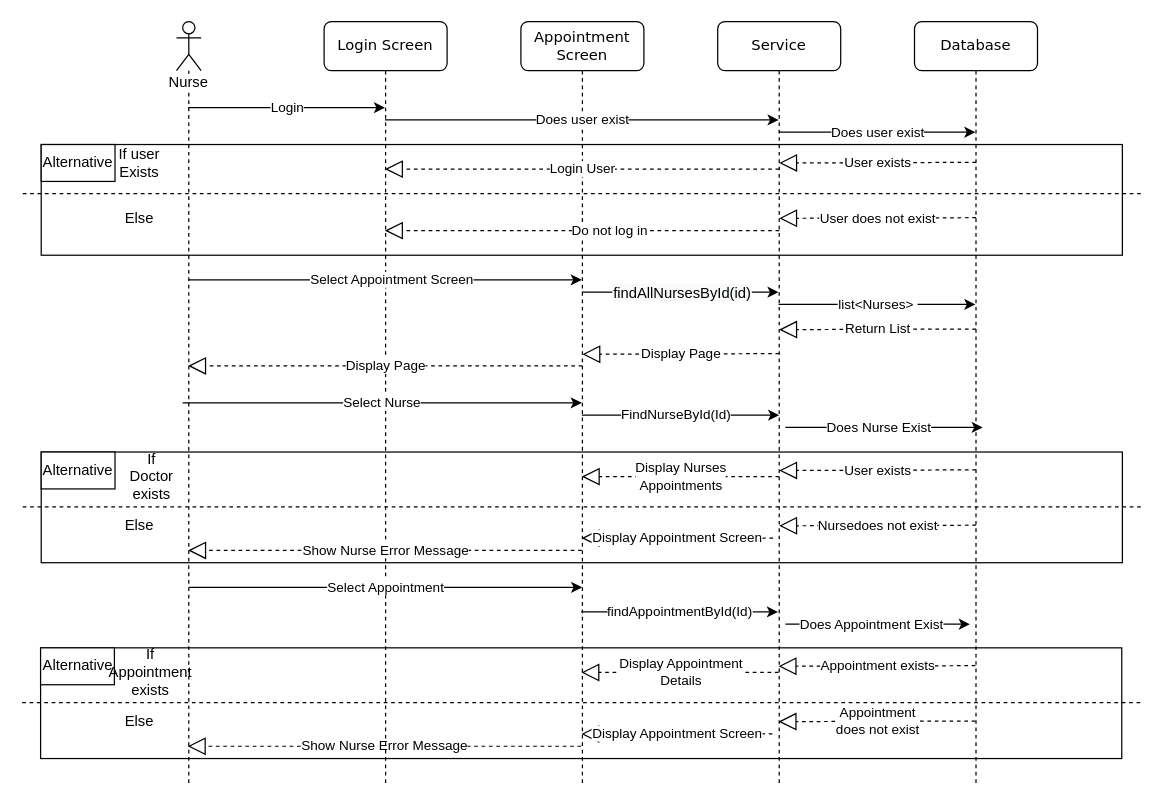
mattdear/circle-lab-project keeps this draw.io diagram as page "View Appointments" (4 of 5) of Sequence/Nurse Sequence Diagram.drawio. Above is the earlier version. Source tidied: cells renumbered, new cells numbered last; positions are measured from the earlier drawing's top-left corner, leaving out a move shared by most shapes. Both pictures are drawn from the tidied source at 123%, with x=0, y=0 at pixel (22, 21).
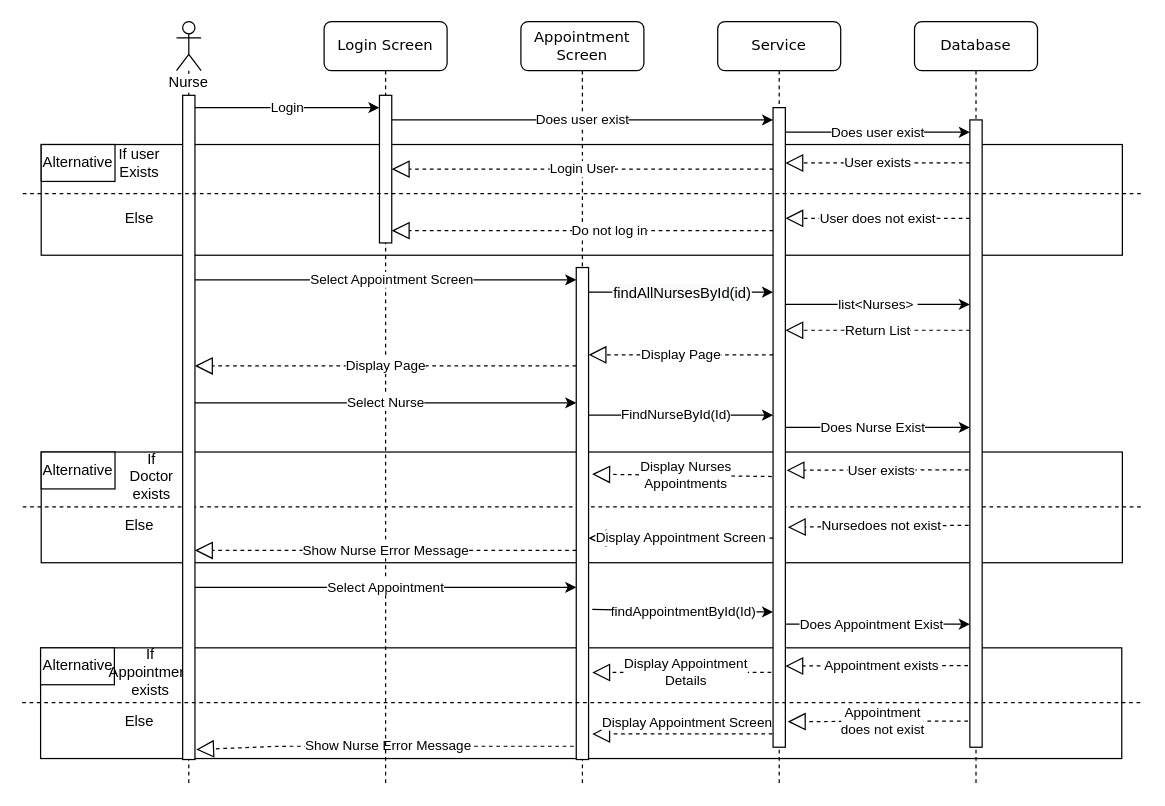
The same diagram, later.

Commit message (it also covers changes not shown here):
Added activation blocks to Nurse Sequence Diagram

The change refers to these unchanged cells:
```xml
<mxCell id="20" value="Appointment Screen" style="shape=umlLifeline;perimeter=lifelinePerimeter;whiteSpace=wrap;html=1;outlineConnect=0;rounded=1;shadow=0;comic=0;labelBackgroundColor=none;strokeWidth=1;fontFamily=Verdana;fontSize=12;align=center;" parent="1" vertex="1">
  <mxGeometry x="405" width="100" height="620" as="geometry" />
</mxCell>
<mxCell id="21" value="Nurse" style="shape=umlLifeline;participant=umlActor;perimeter=lifelinePerimeter;whiteSpace=wrap;html=1;verticalAlign=top;spacingTop=36;labelBackgroundColor=#ffffff;outlineConnect=0;" parent="1" vertex="1">
  <mxGeometry x="125" width="20" height="620" as="geometry" />
</mxCell>
<mxCell id="22" value="Login Screen" style="shape=umlLifeline;perimeter=lifelinePerimeter;whiteSpace=wrap;html=1;outlineConnect=0;rounded=1;shadow=0;comic=0;labelBackgroundColor=none;strokeWidth=1;fontFamily=Verdana;fontSize=12;align=center;" parent="1" vertex="1">
  <mxGeometry x="245" width="100" height="620" as="geometry" />
</mxCell>
<mxCell id="23" value="Service" style="shape=umlLifeline;perimeter=lifelinePerimeter;whiteSpace=wrap;html=1;outlineConnect=0;rounded=1;shadow=0;comic=0;labelBackgroundColor=none;strokeWidth=1;fontFamily=Verdana;fontSize=12;align=center;" parent="1" vertex="1">
  <mxGeometry x="565" width="100" height="620" as="geometry" />
</mxCell>
<mxCell id="24" value="Database" style="shape=umlLifeline;perimeter=lifelinePerimeter;whiteSpace=wrap;html=1;outlineConnect=0;rounded=1;shadow=0;comic=0;labelBackgroundColor=none;strokeWidth=1;fontFamily=Verdana;fontSize=12;align=center;" parent="1" vertex="1">
  <mxGeometry x="725" width="100" height="620" as="geometry" />
</mxCell>
```

What changed in the source:
```diff
@@
-    <mxCell id="3" value="Appointment exists" style="endArrow=block;dashed=1;endFill=0;endSize=12;html=1;" parent="1" edge="1">
+    <mxCell id="3" value="Appointment exists" style="endArrow=block;dashed=1;endFill=0;endSize=12;html=1;entryX=1;entryY=0.873;entryDx=0;entryDy=0;entryPerimeter=0;" parent="1" edge="1" target="55">
       <mxGeometry relative="1" as="geometry">
         <mxPoint x="774.5" y="523.7" as="sourcePoint" />
-        <mxPoint x="614.5" y="524.2" as="targetPoint" />
       </mxGeometry>
     </mxCell>
@@
-    <mxCell id="6" value="Display Appointment &lt;br&gt;Details" style="endArrow=block;dashed=1;endFill=0;endSize=12;html=1;" parent="1" edge="1">
+    <mxCell id="6" value="Display Appointment &lt;br&gt;Details" style="endArrow=block;dashed=1;endFill=0;endSize=12;html=1;entryX=1.3;entryY=0.823;entryDx=0;entryDy=0;entryPerimeter=0;" parent="1" edge="1" target="52">
       <mxGeometry relative="1" as="geometry">
         <mxPoint x="614.5" y="529.2" as="sourcePoint" />
-        <mxPoint x="454.2" y="529.2" as="targetPoint" />
       </mxGeometry>
     </mxCell>
@@
-    <mxCell id="8" value="Appointment &lt;br&gt;does not exist" style="endArrow=block;dashed=1;endFill=0;endSize=12;html=1;" parent="1" edge="1">
+    <mxCell id="8" value="Appointment &lt;br&gt;does not exist" style="endArrow=block;dashed=1;endFill=0;endSize=12;html=1;entryX=1.2;entryY=0.96;entryDx=0;entryDy=0;entryPerimeter=0;" parent="1" edge="1" target="55">
       <mxGeometry relative="1" as="geometry">
         <mxPoint x="774.5" y="568.7" as="sourcePoint" />
-        <mxPoint x="614.5" y="569.2" as="targetPoint" />
       </mxGeometry>
     </mxCell>
-    <mxCell id="9" value="Display Appointment Screen" style="endArrow=block;dashed=1;endFill=0;endSize=12;html=1;" parent="1" edge="1">
-      <mxGeometry relative="1" as="geometry">
+    <mxCell id="9" value="Display Appointment Screen" style="endArrow=block;dashed=1;endFill=0;endSize=12;html=1;entryX=1.3;entryY=0.948;entryDx=0;entryDy=0;entryPerimeter=0;" parent="1" edge="1" target="52">
+      <mxGeometry x="-0.05" y="-9" relative="1" as="geometry">
         <mxPoint x="609.5" y="579.2" as="sourcePoint" />
-        <mxPoint x="454.2" y="579.2" as="targetPoint" />
       </mxGeometry>
     </mxCell>
-    <mxCell id="10" value="Show Nurse Error Message" style="endArrow=block;dashed=1;endFill=0;endSize=12;html=1;" parent="1" edge="1">
+    <mxCell id="10" value="Show Nurse Error Message" style="endArrow=block;dashed=1;endFill=0;endSize=12;html=1;entryX=1.1;entryY=0.985;entryDx=0;entryDy=0;entryPerimeter=0;" parent="1" edge="1" target="53">
       <mxGeometry relative="1" as="geometry">
         <mxPoint x="454" y="589.2" as="sourcePoint" />
-        <mxPoint x="134.2" y="589.2" as="targetPoint" />
         <Array as="points">
           <mxPoint x="209.5" y="589.2" />
         </Array>
       </mxGeometry>
     </mxCell>
@@
-    <mxCell id="12" value="User exists" style="endArrow=block;dashed=1;endFill=0;endSize=12;html=1;" parent="1" edge="1">
+    <mxCell id="12" value="User exists" style="endArrow=block;dashed=1;endFill=0;endSize=12;html=1;entryX=1.1;entryY=0.567;entryDx=0;entryDy=0;entryPerimeter=0;" parent="1" edge="1" target="55">
       <mxGeometry relative="1" as="geometry">
         <mxPoint x="775" y="364.5" as="sourcePoint" />
-        <mxPoint x="615" y="365" as="targetPoint" />
       </mxGeometry>
     </mxCell>
@@
-    <mxCell id="15" value="Display Nurses&lt;br&gt;Appointments" style="endArrow=block;dashed=1;endFill=0;endSize=12;html=1;" parent="1" edge="1" target="20">
+    <mxCell id="15" value="Display Nurses&lt;br&gt;Appointments" style="endArrow=block;dashed=1;endFill=0;endSize=12;html=1;entryX=1.3;entryY=0.42;entryDx=0;entryDy=0;entryPerimeter=0;" parent="1" edge="1" target="52">
       <mxGeometry relative="1" as="geometry">
         <mxPoint x="615" y="370" as="sourcePoint" />
       </mxGeometry>
     </mxCell>
@@
-    <mxCell id="18" value="Nursedoes not exist" style="endArrow=block;dashed=1;endFill=0;endSize=12;html=1;" parent="1" edge="1">
+    <mxCell id="18" value="Nursedoes not exist" style="endArrow=block;dashed=1;endFill=0;endSize=12;html=1;entryX=1.2;entryY=0.656;entryDx=0;entryDy=0;entryPerimeter=0;" parent="1" edge="1" target="55">
       <mxGeometry relative="1" as="geometry">
         <mxPoint x="775" y="409.5" as="sourcePoint" />
-        <mxPoint x="615" y="410" as="targetPoint" />
       </mxGeometry>
     </mxCell>
@@
+    <mxCell id="52" style="html=1;points=[];perimeter=orthogonalPerimeter;fillColor=#ffffff;" parent="20" vertex="1">
+      <mxGeometry x="45" y="200" width="10" height="400" as="geometry" />
+    </mxCell>
@@
+    <mxCell id="53" style="html=1;points=[];perimeter=orthogonalPerimeter;fillColor=#ffffff;" parent="21" vertex="1">
+      <mxGeometry x="5" y="60" width="10" height="540" as="geometry" />
+    </mxCell>
@@
+    <mxCell id="54" style="html=1;perimeter=orthogonalPerimeter;fillColor=#ffffff;" parent="22" vertex="1">
+      <mxGeometry x="45" y="60" width="10" height="120" as="geometry" />
+    </mxCell>
@@
+    <mxCell id="55" style="html=1;points=[];perimeter=orthogonalPerimeter;fillColor=#ffffff;" parent="23" vertex="1">
+      <mxGeometry x="45" y="70" width="10" height="520" as="geometry" />
+    </mxCell>
@@
+    <mxCell id="56" style="html=1;perimeter=orthogonalPerimeter;fillColor=#ffffff;" parent="24" vertex="1">
+      <mxGeometry x="45" y="80" width="10" height="510" as="geometry" />
+    </mxCell>
-    <mxCell id="25" value="Login" style="endArrow=classic;html=1;" parent="1" edge="1" source="21" target="22">
+    <mxCell id="25" value="Login" style="endArrow=classic;html=1;" parent="1" edge="1">
       <mxGeometry relative="1" as="geometry">
+        <mxPoint x="140" y="70" as="sourcePoint" />
+        <mxPoint x="290" y="70" as="targetPoint" />
         <Array as="points">
           <mxPoint x="195" y="70" />
         </Array>
       </mxGeometry>
     </mxCell>
-    <mxCell id="26" value="Does user exist" style="endArrow=classic;html=1;" parent="1" edge="1" source="22" target="23">
+    <mxCell id="26" value="Does user exist" style="endArrow=classic;html=1;" parent="1" edge="1">
       <mxGeometry relative="1" as="geometry">
+        <mxPoint x="300" y="80" as="sourcePoint" />
+        <mxPoint x="610" y="80" as="targetPoint" />
         <Array as="points">
           <mxPoint x="365" y="80" />
           <mxPoint x="385" y="80" />
         </Array>
       </mxGeometry>
     </mxCell>
-    <mxCell id="27" value="Does user exist" style="endArrow=classic;html=1;" parent="1" edge="1" source="23" target="24">
+    <mxCell id="27" value="Does user exist" style="endArrow=classic;html=1;" parent="1" edge="1">
       <mxGeometry relative="1" as="geometry">
+        <mxPoint x="620" y="90" as="sourcePoint" />
+        <mxPoint x="770" y="90" as="targetPoint" />
         <Array as="points">
           <mxPoint x="715" y="90" />
           <mxPoint x="755" y="90" />
         </Array>
       </mxGeometry>
     </mxCell>
     <mxCell id="28" value="User exists" style="endArrow=block;dashed=1;endFill=0;endSize=12;html=1;" parent="1" edge="1">
       <mxGeometry relative="1" as="geometry">
-        <mxPoint x="775" y="114.5" as="sourcePoint" />
-        <mxPoint x="615" y="115" as="targetPoint" />
+        <mxPoint x="770" y="115" as="sourcePoint" />
+        <mxPoint x="620" y="115" as="targetPoint" />
       </mxGeometry>
     </mxCell>
@@
-    <mxCell id="31" value="Login User" style="endArrow=block;dashed=1;endFill=0;endSize=12;html=1;" parent="1" edge="1" target="22">
+    <mxCell id="31" value="Login User" style="endArrow=block;dashed=1;endFill=0;endSize=12;html=1;" parent="1" edge="1">
       <mxGeometry relative="1" as="geometry">
-        <mxPoint x="615" y="120" as="sourcePoint" />
+        <mxPoint x="610" y="120" as="sourcePoint" />
+        <mxPoint x="300" y="120" as="targetPoint" />
       </mxGeometry>
     </mxCell>
@@
     <mxCell id="34" value="User does not exist" style="endArrow=block;dashed=1;endFill=0;endSize=12;html=1;" parent="1" edge="1">
       <mxGeometry relative="1" as="geometry">
-        <mxPoint x="775" y="159.5" as="sourcePoint" />
-        <mxPoint x="615" y="160" as="targetPoint" />
+        <mxPoint x="770" y="160" as="sourcePoint" />
+        <mxPoint x="620" y="160" as="targetPoint" />
       </mxGeometry>
     </mxCell>
-    <mxCell id="35" value="Do not log in" style="endArrow=block;dashed=1;endFill=0;endSize=12;html=1;" parent="1" edge="1" target="22">
+    <mxCell id="35" value="Do not log in" style="endArrow=block;dashed=1;endFill=0;endSize=12;html=1;" parent="1" edge="1">
       <mxGeometry x="-0.14" relative="1" as="geometry">
-        <mxPoint x="615" y="170" as="sourcePoint" />
+        <mxPoint x="610" y="170" as="sourcePoint" />
+        <mxPoint x="300" y="170" as="targetPoint" />
       </mxGeometry>
     </mxCell>
-    <mxCell id="36" value="Select Appointment Screen" style="endArrow=classic;html=1;" parent="1" edge="1" target="20">
+    <mxCell id="36" value="Select Appointment Screen" style="endArrow=classic;html=1;" parent="1" edge="1">
       <mxGeometry x="0.03" relative="1" as="geometry">
-        <mxPoint x="135" y="210" as="sourcePoint" />
+        <mxPoint x="140" y="210" as="sourcePoint" />
+        <mxPoint x="450" y="210" as="targetPoint" />
         <Array as="points">
           <mxPoint x="195.3" y="210" />
         </Array>
       </mxGeometry>
     </mxCell>
-    <mxCell id="37" style="endArrow=classic;html=1;" parent="1" edge="1" source="20" target="23">
+    <mxCell id="37" style="endArrow=classic;html=1;" parent="1" edge="1">
       <mxGeometry relative="1" as="geometry">
+        <mxPoint x="460" y="220" as="sourcePoint" />
+        <mxPoint x="610" y="220" as="targetPoint" />
         <Array as="points">
           <mxPoint x="490" y="220" />
         </Array>
       </mxGeometry>
     </mxCell>
@@
-    <mxCell id="39" value="list&amp;lt;Nurses&amp;gt;&amp;nbsp;" style="endArrow=classic;html=1;" parent="1" edge="1" source="23" target="24">
+    <mxCell id="39" value="list&amp;lt;Nurses&amp;gt;&amp;nbsp;" style="endArrow=classic;html=1;" parent="1" edge="1">
       <mxGeometry relative="1" as="geometry">
+        <mxPoint x="620" y="230" as="sourcePoint" />
+        <mxPoint x="770" y="230" as="targetPoint" />
         <Array as="points">
           <mxPoint x="745" y="230" />
         </Array>
       </mxGeometry>
     </mxCell>
     <mxCell id="40" value="Return List" style="endArrow=block;dashed=1;endFill=0;endSize=12;html=1;" parent="1" edge="1">
       <mxGeometry relative="1" as="geometry">
-        <mxPoint x="775" y="250" as="sourcePoint" />
-        <mxPoint x="615" y="250.5" as="targetPoint" />
+        <mxPoint x="770" y="251" as="sourcePoint" />
+        <mxPoint x="620" y="251" as="targetPoint" />
       </mxGeometry>
     </mxCell>
     <mxCell id="41" value="Display Page" style="endArrow=block;dashed=1;endFill=0;endSize=12;html=1;" parent="1" edge="1">
       <mxGeometry relative="1" as="geometry">
-        <mxPoint x="615" y="270" as="sourcePoint" />
-        <mxPoint x="455" y="270.5" as="targetPoint" />
+        <mxPoint x="610" y="271" as="sourcePoint" />
+        <mxPoint x="460" y="271" as="targetPoint" />
       </mxGeometry>
     </mxCell>
-    <mxCell id="42" value="Display Page" style="endArrow=block;dashed=1;endFill=0;endSize=12;html=1;" parent="1" edge="1" target="21">
+    <mxCell id="42" value="Display Page" style="endArrow=block;dashed=1;endFill=0;endSize=12;html=1;" parent="1" edge="1">
       <mxGeometry relative="1" as="geometry">
-        <mxPoint x="455" y="280" as="sourcePoint" />
+        <mxPoint x="450" y="280" as="sourcePoint" />
+        <mxPoint x="140" y="280" as="targetPoint" />
       </mxGeometry>
     </mxCell>
     <mxCell id="43" value="Select Appointment" style="endArrow=classic;html=1;" parent="1" edge="1">
       <mxGeometry relative="1" as="geometry">
-        <mxPoint x="135.2" y="460" as="sourcePoint" />
-        <mxPoint x="454.8" y="460" as="targetPoint" />
+        <mxPoint x="140" y="460" as="sourcePoint" />
+        <mxPoint x="450" y="460" as="targetPoint" />
         <Array as="points">
           <mxPoint x="195.6" y="460" />
         </Array>
       </mxGeometry>
     </mxCell>
-    <mxCell id="44" value="findAppointmentById(Id)" style="endArrow=classic;html=1;" parent="1" edge="1">
+    <mxCell id="44" value="findAppointmentById(Id)" style="endArrow=classic;html=1;exitX=1.3;exitY=0.695;exitDx=0;exitDy=0;exitPerimeter=0;" parent="1" edge="1" source="52">
       <mxGeometry relative="1" as="geometry">
-        <mxPoint x="454" y="480" as="sourcePoint" />
-        <mxPoint x="614" y="480" as="targetPoint" />
+        <mxPoint x="610" y="480" as="targetPoint" />
         <Array as="points">
           <mxPoint x="554.5" y="480" />
         </Array>
       </mxGeometry>
     </mxCell>
-    <mxCell id="45" value="Select Nurse" style="endArrow=classic;html=1;" parent="1" edge="1" target="20">
+    <mxCell id="45" value="Select Nurse" style="endArrow=classic;html=1;" parent="1" edge="1">
       <mxGeometry relative="1" as="geometry">
-        <mxPoint x="130" y="310" as="sourcePoint" />
+        <mxPoint x="140" y="310" as="sourcePoint" />
+        <mxPoint x="450" y="310" as="targetPoint" />
         <Array as="points">
           <mxPoint x="190.3" y="310" />
         </Array>
       </mxGeometry>
     </mxCell>
-    <mxCell id="46" value="FindNurseById(Id)" style="endArrow=classic;html=1;" parent="1" edge="1" source="20" target="23">
+    <mxCell id="46" value="FindNurseById(Id)" style="endArrow=classic;html=1;" parent="1" edge="1">
       <mxGeometry x="-0.06" relative="1" as="geometry">
-        <Array as="points">
-          <mxPoint x="455" y="320" />
-          <mxPoint x="615" y="320" />
-        </Array>
+        <mxPoint x="460" y="320" as="sourcePoint" />
+        <mxPoint x="610" y="320" as="targetPoint" />
       </mxGeometry>
     </mxCell>
     <mxCell id="47" value="Does Nurse Exist" style="endArrow=classic;html=1;" parent="1" edge="1">
       <mxGeometry x="-0.06" relative="1" as="geometry">
         <mxPoint x="620" y="330" as="sourcePoint" />
-        <mxPoint x="780" y="330" as="targetPoint" />
+        <mxPoint x="770" y="330" as="targetPoint" />
         <Array as="points">
           <mxPoint x="620.5" y="330" />
-          <mxPoint x="780.5" y="330" />
         </Array>
       </mxGeometry>
     </mxCell>
-    <mxCell id="48" value="Display Appointment Screen" style="endArrow=block;dashed=1;endFill=0;endSize=12;html=1;" parent="1" edge="1" target="20">
+    <mxCell id="48" value="Display Appointment Screen" style="endArrow=block;dashed=1;endFill=0;endSize=12;html=1;" parent="1" edge="1">
       <mxGeometry relative="1" as="geometry">
         <mxPoint x="610" y="420" as="sourcePoint" />
+        <mxPoint x="460" y="420" as="targetPoint" />
       </mxGeometry>
     </mxCell>
-    <mxCell id="49" value="Show Nurse Error Message" style="endArrow=block;dashed=1;endFill=0;endSize=12;html=1;" parent="1" edge="1" source="20" target="21">
+    <mxCell id="49" value="Show Nurse Error Message" style="endArrow=block;dashed=1;endFill=0;endSize=12;html=1;" parent="1" edge="1">
       <mxGeometry relative="1" as="geometry">
+        <mxPoint x="450" y="430" as="sourcePoint" />
+        <mxPoint x="140" y="430" as="targetPoint" />
         <Array as="points">
           <mxPoint x="210" y="430" />
         </Array>
       </mxGeometry>
     </mxCell>
```
